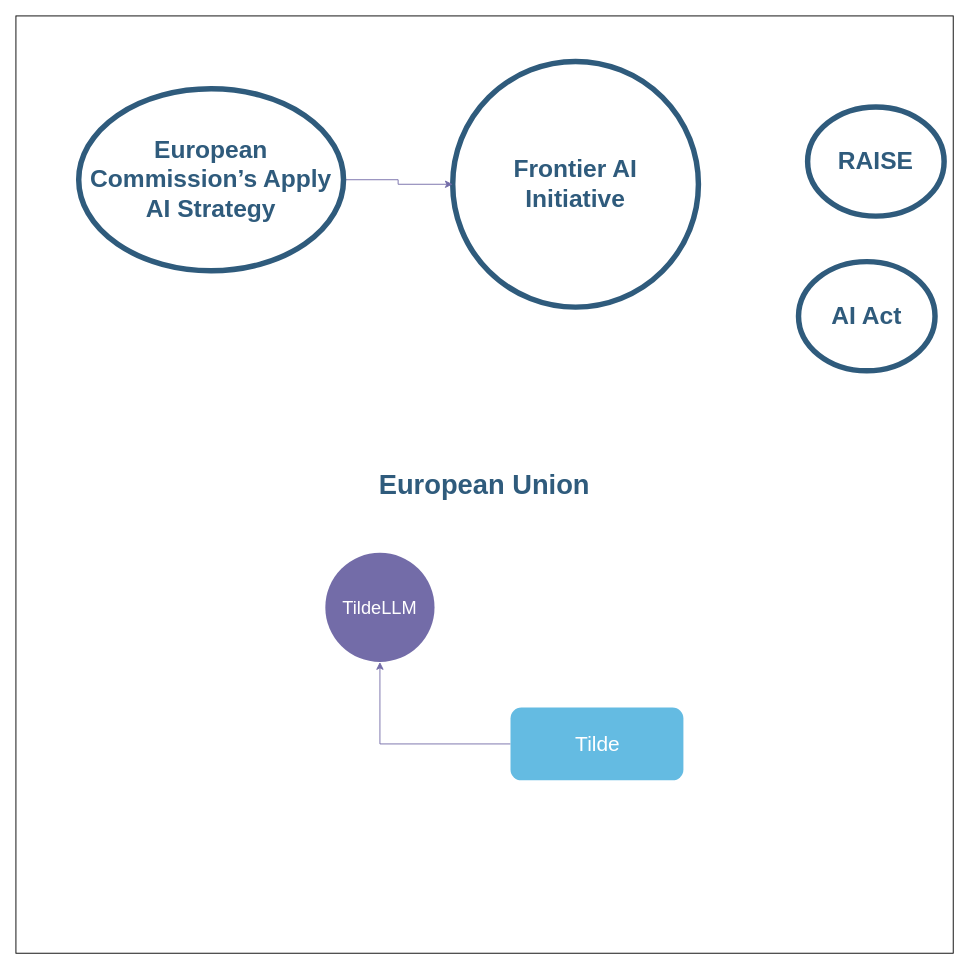
This is AI maps.drawio from modeldrivendevopsai/mddoai, a draw.io file, before an edit. Source tidied: cells renumbered, new cells numbered last; positions are measured from the earlier drawing's top-left corner, leaving out a move shared by most shapes. Both pictures are drawn from the tidied source at 91%, with x=0, y=0 at pixel (15, 15).
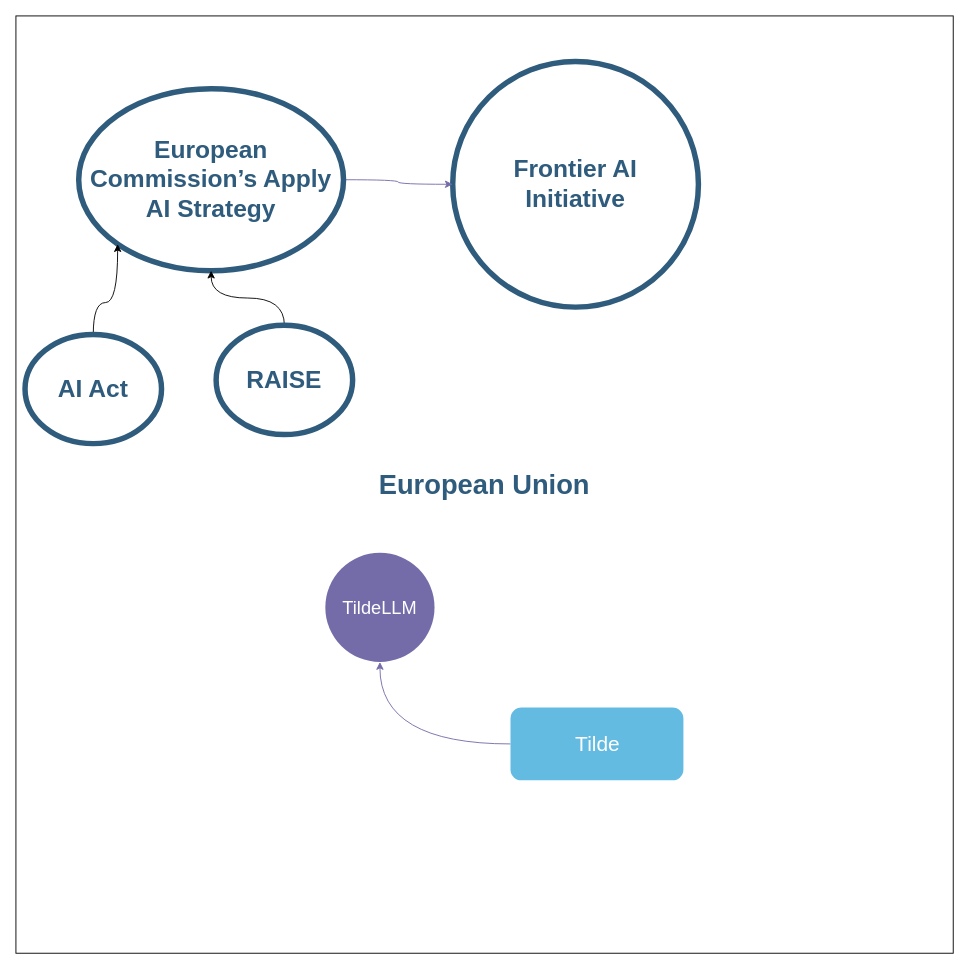
After the change.

The edit, as a diff of the source:
```diff
@@
 <mxGraphModel>
   <root>
     <mxCell id="0" />
     <mxCell id="1" parent="0" />
     <mxCell id="2" value="&lt;span style=&quot;color: rgb(47, 91, 124); font-size: 30px; font-weight: 700;&quot;&gt;European Union&lt;/span&gt;" style="whiteSpace=wrap;html=1;" parent="1" vertex="1">
       <mxGeometry width="1030" height="1030" as="geometry" />
     </mxCell>
     <mxCell id="3" parent="0" />
     <mxCell id="4" value=" Frontier AI&lt;br/&gt;Initiative" style="ellipse;whiteSpace=wrap;html=1;shadow=0;fontFamily=Helvetica;fontSize=27;fontColor=#2F5B7C;align=center;strokeColor=#2F5B7C;strokeWidth=6;fillColor=#FFFFFF;fontStyle=1;gradientColor=none;" parent="3" vertex="1">
       <mxGeometry x="480" y="50" width="270" height="270" as="geometry" />
     </mxCell>
-    <mxCell id="5" style="edgeStyle=orthogonalEdgeStyle;rounded=0;jettySize=auto;html=1;strokeColor=#736CA8;fontColor=#1A1A1A;" parent="3" edge="1" source="6" target="7">
+    <mxCell id="5" style="edgeStyle=orthogonalEdgeStyle;rounded=0;jettySize=auto;html=1;strokeColor=#736CA8;fontColor=#1A1A1A;curved=1;" parent="3" edge="1" source="6" target="7">
       <mxGeometry relative="1" as="geometry" />
     </mxCell>
     <mxCell id="6" value="Tilde" style="rounded=1;fillColor=#64BBE2;strokeColor=none;strokeWidth=3;shadow=0;html=1;fontColor=#FFFFFF;fontSize=23;" parent="3" vertex="1">
       <mxGeometry x="543.5" y="760" width="190" height="80" as="geometry" />
     </mxCell>
     <mxCell id="7" value="TildeLLM" style="ellipse;whiteSpace=wrap;html=1;shadow=0;fontFamily=Helvetica;fontSize=20;fontColor=#FFFFFF;align=center;strokeWidth=3;fillColor=#736ca8;strokeColor=none;" parent="3" vertex="1">
       <mxGeometry x="340" y="590" width="120" height="120" as="geometry" />
     </mxCell>
-    <mxCell id="8" style="edgeStyle=orthogonalEdgeStyle;rounded=0;jettySize=auto;html=1;entryX=0;entryY=0.5;entryDx=0;entryDy=0;strokeColor=#736CA8;fontColor=#1A1A1A;" parent="3" edge="1" source="9" target="4">
+    <mxCell id="8" style="edgeStyle=orthogonalEdgeStyle;rounded=0;jettySize=auto;html=1;entryX=0;entryY=0.5;entryDx=0;entryDy=0;strokeColor=#736CA8;fontColor=#1A1A1A;curved=1;" parent="3" edge="1" source="9" target="4">
       <mxGeometry relative="1" as="geometry" />
     </mxCell>
     <mxCell id="9" value="European Commission’s Apply AI Strategy" style="ellipse;whiteSpace=wrap;html=1;shadow=0;fontFamily=Helvetica;fontSize=27;fontColor=#2F5B7C;align=center;strokeColor=#2F5B7C;strokeWidth=6;fillColor=#FFFFFF;fontStyle=1;gradientColor=none;" parent="3" vertex="1">
       <mxGeometry x="69" y="80" width="291" height="200" as="geometry" />
     </mxCell>
+    <mxCell id="12" style="edgeStyle=orthogonalEdgeStyle;rounded=0;jettySize=auto;html=1;curved=1;" parent="3" edge="1" source="10" target="9">
+      <mxGeometry relative="1" as="geometry" />
+    </mxCell>
     <mxCell id="10" value="RAISE" style="ellipse;whiteSpace=wrap;html=1;shadow=0;fontFamily=Helvetica;fontSize=27;fontColor=#2F5B7C;align=center;strokeColor=#2F5B7C;strokeWidth=6;fillColor=#FFFFFF;fontStyle=1;gradientColor=none;" parent="3" vertex="1">
-      <mxGeometry x="870" y="100" width="150" height="120" as="geometry" />
+      <mxGeometry x="220" y="340" width="150" height="120" as="geometry" />
     </mxCell>
+    <mxCell id="13" style="edgeStyle=orthogonalEdgeStyle;rounded=0;jettySize=auto;html=1;entryX=0;entryY=1;entryDx=0;entryDy=0;curved=1;" parent="3" edge="1" source="11" target="9">
+      <mxGeometry relative="1" as="geometry" />
+    </mxCell>
     <mxCell id="11" value="AI Act" style="ellipse;whiteSpace=wrap;html=1;shadow=0;fontFamily=Helvetica;fontSize=27;fontColor=#2F5B7C;align=center;strokeColor=#2F5B7C;strokeWidth=6;fillColor=#FFFFFF;fontStyle=1;gradientColor=none;" parent="3" vertex="1">
-      <mxGeometry x="860" y="270" width="150" height="120" as="geometry" />
+      <mxGeometry x="10" y="350" width="150" height="120" as="geometry" />
     </mxCell>
   </root>
 </mxGraphModel>
```
